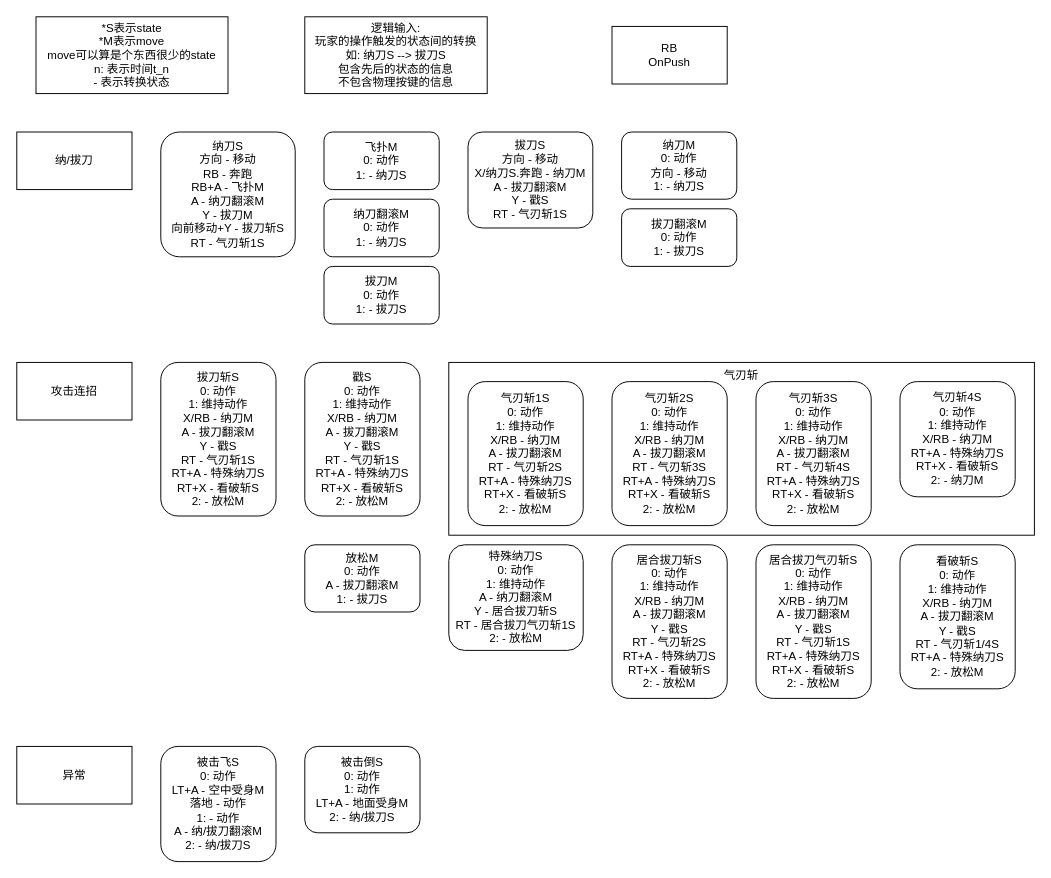
Above: page "第 2 页" (2 of 2) of Assets/未命名绘图.drawio in oldcbk/Feature (draw.io), before the change. Source tidied: cells renumbered, new cells numbered last; positions are measured from the earlier drawing's top-left corner, leaving out a move shared by most shapes. Both pictures are drawn from the tidied source at 96%, with x=0, y=0 at pixel (16, 16).
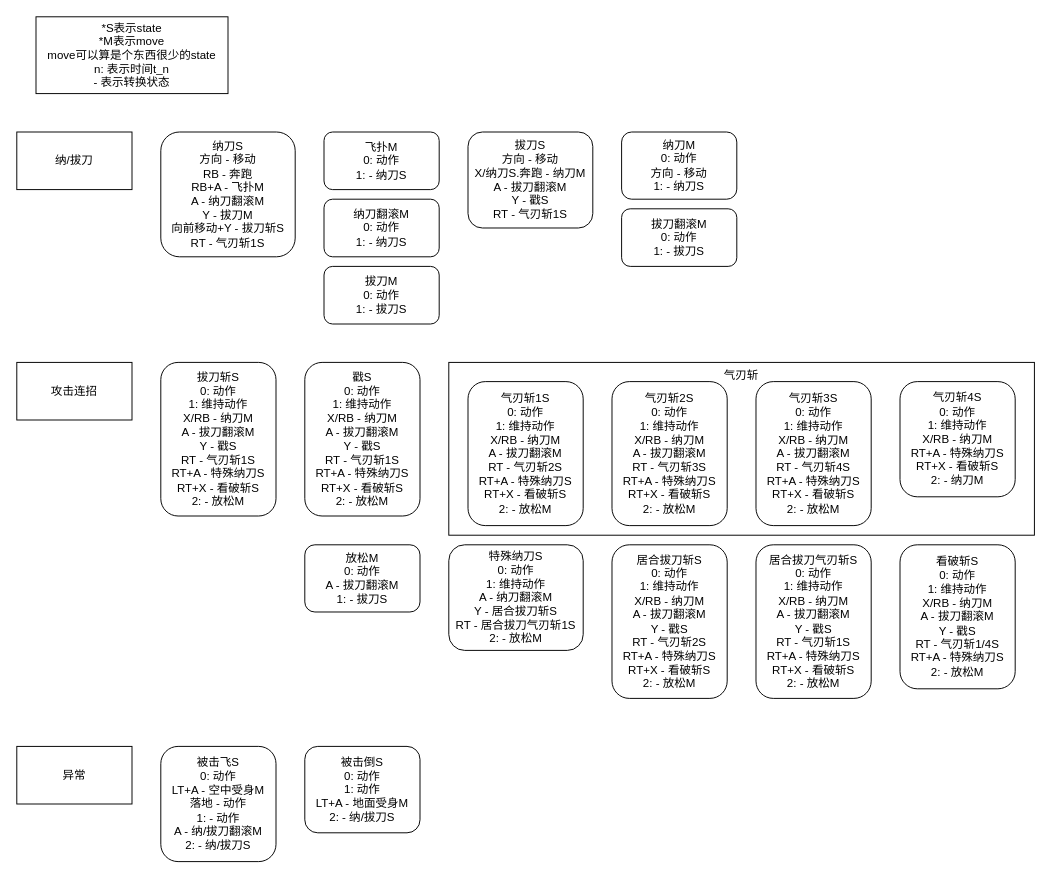
After the change.

Diff of the diagram source:
```diff
@@
-    <mxCell id="26" value="&lt;div&gt;逻辑输入:&lt;/div&gt;玩家的操作触发的&lt;span style=&quot;background-color: initial;&quot;&gt;状态间的转换&lt;/span&gt;&lt;div&gt;&lt;span style=&quot;background-color: initial;&quot;&gt;如: 纳刀S --&amp;gt; 拔刀S&lt;/span&gt;&lt;/div&gt;&lt;div&gt;&lt;span style=&quot;background-color: initial;&quot;&gt;包含先后的状态的信息&lt;/span&gt;&lt;/div&gt;&lt;div&gt;&lt;span style=&quot;background-color: initial;&quot;&gt;不包含&lt;/span&gt;&lt;span style=&quot;background-color: initial;&quot;&gt;物理按键的信息&lt;/span&gt;&lt;/div&gt;" style="rounded=0;whiteSpace=wrap;html=1;" parent="1" vertex="1">
-      <mxGeometry x="300" width="190" height="80" as="geometry" />
-    </mxCell>
-    <mxCell id="27" value="RB&lt;div&gt;OnPush&lt;/div&gt;" style="rounded=0;whiteSpace=wrap;html=1;" parent="1" vertex="1">
-      <mxGeometry x="620" y="10" width="120" height="60" as="geometry" />
-    </mxCell>
```
